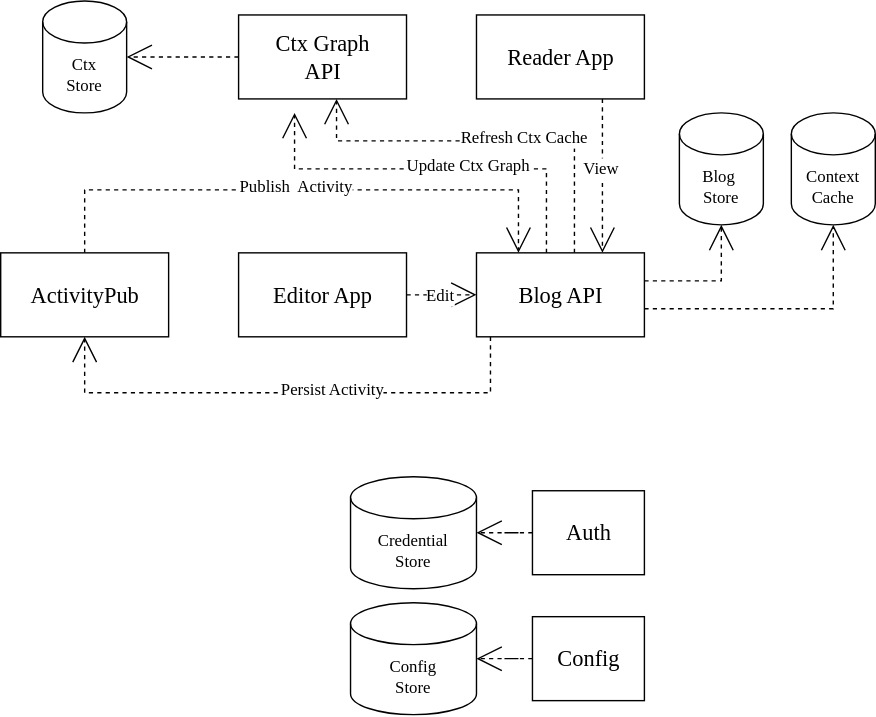
Before: docs/components.drawio.svg, a diagram exported from draw.io (alter-kaker/pepper-docs). Source tidied: cells renumbered, new cells last; positions are measured from the earlier drawing's top-left corner, leaving out a move shared by most shapes.
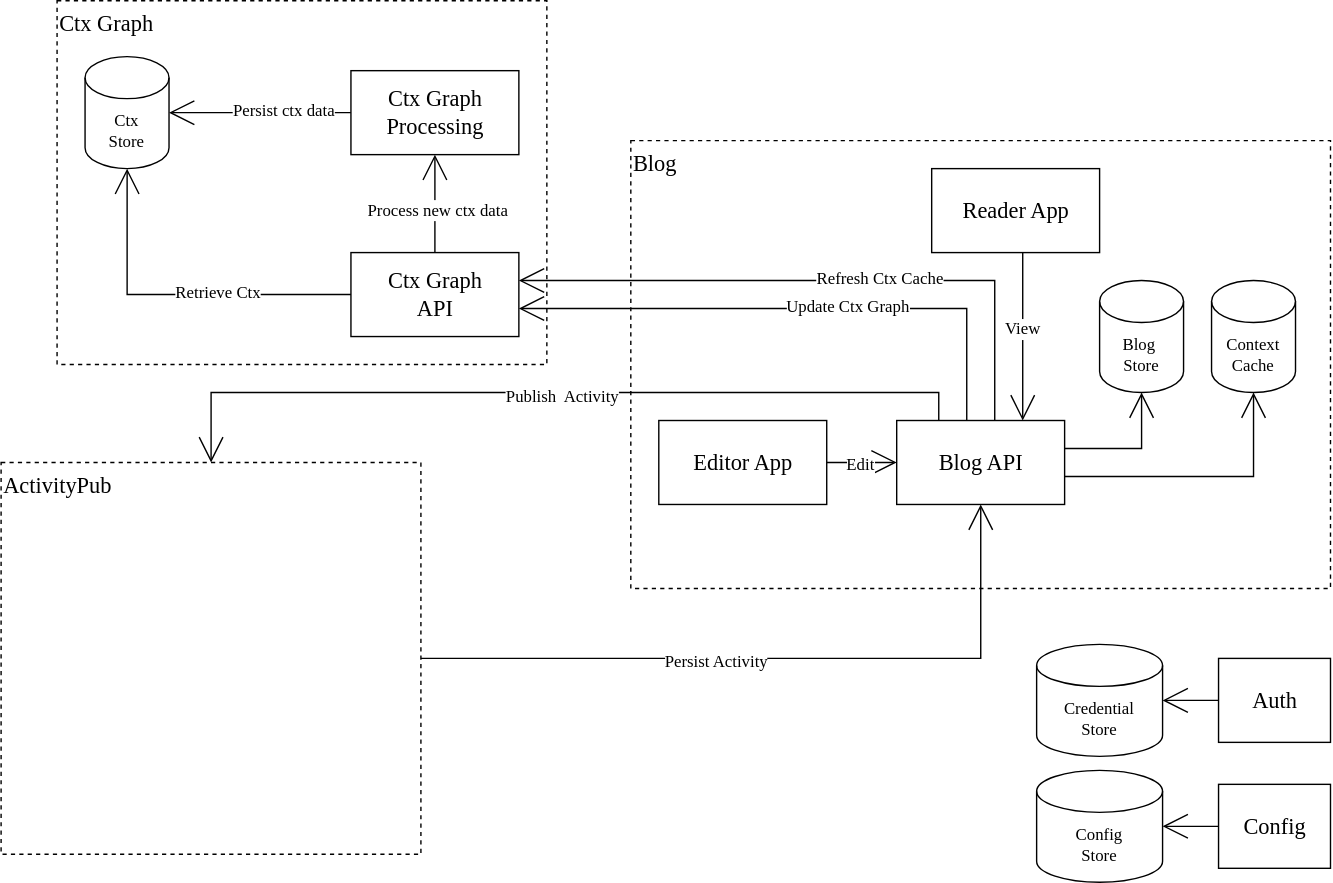
Above is the later version.

Change to the diagram source:
```diff
@@ -2,38 +2,41 @@
   <root>
     <mxCell id="0" />
     <mxCell id="1" parent="0" />
-    <mxCell id="2" style="edgeStyle=orthogonalEdgeStyle;shape=connector;rounded=0;jettySize=auto;html=1;dashed=1;labelBackgroundColor=none;strokeColor=default;align=center;verticalAlign=middle;fontFamily=Verdana;fontSize=12;fontColor=default;startArrow=none;startFill=0;endArrow=open;endFill=0;startSize=8;endSize=16;" parent="1" edge="1" source="5" target="10">
-      <mxGeometry relative="1" as="geometry">
-        <Array as="points">
-          <mxPoint x="60" y="135" />
-          <mxPoint x="370" y="135" />
-        </Array>
-      </mxGeometry>
-    </mxCell>
-    <mxCell id="3" value="Publish&amp;nbsp; Activity" style="edgeLabel;html=1;align=center;verticalAlign=middle;fontSize=12;fontFamily=Verdana;fontColor=default;" parent="2" vertex="1">
-      <mxGeometry x="-0.02" y="2" relative="1" as="geometry" />
-    </mxCell>
+    <mxCell id="31" value="Ctx Graph" style="shape=object;align=left;spacingLeft=0;rounded=0;shadow=0;comic=0;labelBackgroundColor=none;strokeWidth=1;fontFamily=Verdana;fontSize=16;html=1;fontStyle=0;strokeColor=default;dashed=1;verticalAlign=top;" parent="1" vertex="1">
+      <mxGeometry x="-260" y="-120" width="350" height="260" as="geometry" />
+    </mxCell>
+    <mxCell id="32" value="Blog" style="shape=object;align=left;spacingLeft=0;rounded=0;shadow=0;comic=0;labelBackgroundColor=none;strokeWidth=1;fontFamily=Verdana;fontSize=16;html=1;fontStyle=0;strokeColor=default;dashed=1;verticalAlign=top;" parent="1" vertex="1">
+      <mxGeometry x="150" y="-20" width="500" height="320" as="geometry" />
+    </mxCell>
+    <mxCell id="33" style="edgeStyle=none;shape=connector;rounded=0;jettySize=auto;html=1;labelBackgroundColor=none;strokeColor=default;align=center;verticalAlign=middle;fontFamily=Verdana;fontSize=12;fontColor=default;startArrow=none;startFill=0;endArrow=open;endFill=0;startSize=8;endSize=16;" parent="1" edge="1" source="4" target="39">
+      <mxGeometry relative="1" as="geometry" />
+    </mxCell>
+    <mxCell id="34" value="Process new ctx data" style="edgeLabel;html=1;align=center;verticalAlign=middle;fontSize=12;fontFamily=Verdana;fontColor=default;" parent="33" vertex="1">
+      <mxGeometry x="-0.12" y="-1" relative="1" as="geometry" />
+    </mxCell>
     <mxCell id="4" value="&lt;div&gt;Ctx Graph&lt;/div&gt;&lt;div&gt;API&lt;br&gt;&lt;/div&gt;" style="shape=object;align=center;spacingLeft=0;rounded=0;shadow=0;comic=0;labelBackgroundColor=none;strokeWidth=1;fontFamily=Verdana;fontSize=16;html=1;fontStyle=0;" parent="1" vertex="1">
-      <mxGeometry x="170" y="10" width="120" height="60" as="geometry" />
+      <mxGeometry x="-50" y="60" width="120" height="60" as="geometry" />
     </mxCell>
-    <mxCell id="5" value="ActivityPub" style="shape=object;align=center;spacingLeft=0;rounded=0;shadow=0;comic=0;labelBackgroundColor=none;strokeWidth=1;fontFamily=Verdana;fontSize=16;html=1;fontStyle=0;" parent="1" vertex="1">
-      <mxGeometry y="180" width="120" height="60" as="geometry" />
+    <mxCell id="5" value="ActivityPub" style="shape=object;align=left;spacingLeft=0;rounded=0;shadow=0;comic=0;labelBackgroundColor=none;strokeWidth=1;fontFamily=Verdana;fontSize=16;html=1;fontStyle=0;strokeColor=default;dashed=1;verticalAlign=top;" parent="1" vertex="1">
+      <mxGeometry x="-300" y="210" width="300" height="280" as="geometry" />
     </mxCell>
-    <mxCell id="6" style="edgeStyle=orthogonalEdgeStyle;rounded=0;html=1;dashed=1;labelBackgroundColor=none;startArrow=none;startFill=0;startSize=8;endArrow=open;endFill=0;endSize=16;fontFamily=Verdana;fontSize=12;" parent="1" edge="1" source="10" target="4">
+    <mxCell id="6" style="edgeStyle=orthogonalEdgeStyle;rounded=0;html=1;labelBackgroundColor=none;startArrow=none;startFill=0;startSize=8;endArrow=open;endFill=0;endSize=16;fontFamily=Verdana;fontSize=12;" parent="1" edge="1" source="10" target="4">
       <mxGeometry relative="1" as="geometry">
         <Array as="points">
-          <mxPoint x="410" y="100" />
-          <mxPoint x="240" y="100" />
+          <mxPoint x="410" y="80" />
         </Array>
       </mxGeometry>
     </mxCell>
     <mxCell id="7" value="Refresh Ctx Cache" style="edgeLabel;html=1;align=center;verticalAlign=middle;fontSize=12;fontFamily=Verdana;fontColor=default;" parent="6" vertex="1">
       <mxGeometry x="-0.17" y="-2" relative="1" as="geometry" />
     </mxCell>
-    <mxCell id="8" style="edgeStyle=orthogonalEdgeStyle;rounded=0;html=1;dashed=1;labelBackgroundColor=none;startArrow=none;startFill=0;startSize=8;endArrow=open;endFill=0;endSize=16;fontFamily=Verdana;fontSize=12;" parent="1" edge="1" source="4" target="20">
+    <mxCell id="8" style="edgeStyle=orthogonalEdgeStyle;rounded=0;html=1;labelBackgroundColor=none;startArrow=none;startFill=0;startSize=8;endArrow=open;endFill=0;endSize=16;fontFamily=Verdana;fontSize=12;" parent="1" edge="1" source="39" target="20">
       <mxGeometry relative="1" as="geometry" />
     </mxCell>
+    <mxCell id="35" value="Persist ctx data" style="edgeLabel;html=1;align=center;verticalAlign=middle;fontSize=12;fontFamily=Verdana;fontColor=default;" parent="8" vertex="1">
+      <mxGeometry x="-0.26" y="-2" relative="1" as="geometry" />
+    </mxCell>
-    <mxCell id="9" style="edgeStyle=orthogonalEdgeStyle;shape=connector;rounded=0;jettySize=auto;html=1;dashed=1;labelBackgroundColor=none;strokeColor=default;align=center;verticalAlign=middle;fontFamily=Verdana;fontSize=12;fontColor=default;startArrow=none;startFill=0;endArrow=open;endFill=0;startSize=8;endSize=16;" parent="1" edge="1" source="10" target="19">
+    <mxCell id="9" style="edgeStyle=orthogonalEdgeStyle;shape=connector;rounded=0;jettySize=auto;html=1;labelBackgroundColor=none;strokeColor=default;align=center;verticalAlign=middle;fontFamily=Verdana;fontSize=12;fontColor=default;startArrow=none;startFill=0;endArrow=open;endFill=0;startSize=8;endSize=16;" parent="1" edge="1" source="10" target="19">
       <mxGeometry relative="1" as="geometry">
         <Array as="points">
           <mxPoint x="595" y="220" />
@@ -43,23 +46,20 @@
     <mxCell id="10" value="&lt;div style=&quot;font-size: 16px;&quot;&gt;Blog API&lt;br&gt;&lt;/div&gt;" style="shape=object;align=center;spacingLeft=0;rounded=0;shadow=0;comic=0;labelBackgroundColor=none;strokeWidth=1;fontFamily=Verdana;fontSize=16;html=1;fontStyle=0;" parent="1" vertex="1">
       <mxGeometry x="340" y="180" width="120" height="60" as="geometry" />
     </mxCell>
-    <mxCell id="11" style="edgeStyle=orthogonalEdgeStyle;rounded=0;html=1;dashed=1;labelBackgroundColor=none;startArrow=none;startFill=0;startSize=8;endArrow=open;endFill=0;endSize=16;fontFamily=Verdana;fontSize=12;" parent="1" edge="1" source="10">
+    <mxCell id="11" style="edgeStyle=orthogonalEdgeStyle;rounded=0;html=1;labelBackgroundColor=none;startArrow=none;startFill=0;startSize=8;endArrow=open;endFill=0;endSize=16;fontFamily=Verdana;fontSize=12;" parent="1" edge="1" source="10" target="4">
       <mxGeometry relative="1" as="geometry">
-        <mxPoint x="210" y="80" as="targetPoint" />
         <Array as="points">
-          <mxPoint x="390" y="120" />
-          <mxPoint x="210" y="120" />
+          <mxPoint x="390" y="100" />
         </Array>
       </mxGeometry>
     </mxCell>
     <mxCell id="12" value="Update Ctx Graph" style="edgeLabel;html=1;align=center;verticalAlign=middle;fontSize=12;fontFamily=Verdana;fontColor=default;" parent="11" vertex="1">
       <mxGeometry x="-0.17" y="-2" relative="1" as="geometry" />
     </mxCell>
-    <mxCell id="13" style="edgeStyle=orthogonalEdgeStyle;rounded=0;html=1;dashed=1;labelBackgroundColor=none;startArrow=none;startFill=0;startSize=8;endArrow=open;endFill=0;endSize=16;fontFamily=Verdana;fontSize=12;" parent="1" edge="1" source="10" target="5">
+    <mxCell id="13" style="edgeStyle=orthogonalEdgeStyle;rounded=0;html=1;labelBackgroundColor=none;startArrow=none;startFill=0;startSize=8;endArrow=open;endFill=0;endSize=16;fontFamily=Verdana;fontSize=12;" parent="1" edge="1" source="5" target="10">
       <mxGeometry relative="1" as="geometry">
         <Array as="points">
-          <mxPoint x="350" y="280" />
-          <mxPoint x="60" y="280" />
+          <mxPoint x="400" y="350" />
         </Array>
       </mxGeometry>
     </mxCell>
@@ -67,24 +67,34 @@
       <mxGeometry x="-0.17" y="-2" relative="1" as="geometry" />
     </mxCell>
     <mxCell id="15" value="Auth" style="shape=object;align=center;spacingLeft=0;rounded=0;shadow=0;comic=0;labelBackgroundColor=none;strokeWidth=1;fontFamily=Verdana;fontSize=16;html=1;fontStyle=0;" parent="1" vertex="1">
-      <mxGeometry x="380" y="350" width="80" height="60" as="geometry" />
+      <mxGeometry x="570" y="350" width="80" height="60" as="geometry" />
     </mxCell>
     <mxCell id="16" value="&lt;div&gt;Credential&lt;/div&gt;&lt;div&gt;Store&lt;br&gt;&lt;/div&gt;" style="shape=cylinder3;whiteSpace=wrap;html=1;boundedLbl=1;backgroundOutline=1;size=15;fontFamily=Verdana;fontSize=12;fontColor=default;" parent="1" vertex="1">
-      <mxGeometry x="250" y="340" width="90" height="80" as="geometry" />
+      <mxGeometry x="440" y="340" width="90" height="80" as="geometry" />
     </mxCell>
     <mxCell id="17" value="&lt;div&gt;Blog&amp;nbsp;&lt;/div&gt;&lt;div&gt;Store&lt;/div&gt;" style="shape=cylinder3;whiteSpace=wrap;html=1;boundedLbl=1;backgroundOutline=1;size=15;fontFamily=Verdana;fontSize=12;fontColor=default;" parent="1" vertex="1">
       <mxGeometry x="485" y="80" width="60" height="80" as="geometry" />
     </mxCell>
-    <mxCell id="18" style="edgeStyle=orthogonalEdgeStyle;shape=connector;rounded=0;jettySize=auto;html=1;dashed=1;labelBackgroundColor=none;strokeColor=default;align=center;verticalAlign=middle;fontFamily=Verdana;fontSize=12;fontColor=default;startArrow=none;startFill=0;endArrow=open;endFill=0;startSize=8;endSize=16;" parent="1" edge="1" source="15" target="16">
+    <mxCell id="18" style="edgeStyle=orthogonalEdgeStyle;shape=connector;rounded=0;jettySize=auto;html=1;labelBackgroundColor=none;strokeColor=default;align=center;verticalAlign=middle;fontFamily=Verdana;fontSize=12;fontColor=default;startArrow=none;startFill=0;endArrow=open;endFill=0;startSize=8;endSize=16;" parent="1" edge="1" source="15" target="16">
       <mxGeometry relative="1" as="geometry" />
     </mxCell>
     <mxCell id="19" value="Context Cache" style="shape=cylinder3;whiteSpace=wrap;html=1;boundedLbl=1;backgroundOutline=1;size=15;fontFamily=Verdana;fontSize=12;fontColor=default;" parent="1" vertex="1">
       <mxGeometry x="565" y="80" width="60" height="80" as="geometry" />
     </mxCell>
+    <mxCell id="36" style="edgeStyle=orthogonalEdgeStyle;shape=connector;rounded=0;jettySize=auto;html=1;labelBackgroundColor=none;strokeColor=default;align=center;verticalAlign=middle;fontFamily=Verdana;fontSize=12;fontColor=default;startArrow=none;startFill=0;endArrow=open;endFill=0;startSize=8;endSize=16;" parent="1" edge="1" source="4" target="20">
+      <mxGeometry relative="1" as="geometry">
+        <Array as="points">
+          <mxPoint x="-210" y="90" />
+        </Array>
+      </mxGeometry>
+    </mxCell>
+    <mxCell id="37" value="Retrieve Ctx" style="edgeLabel;html=1;align=center;verticalAlign=middle;fontSize=12;fontFamily=Verdana;fontColor=default;" parent="36" vertex="1">
+      <mxGeometry x="-0.24" y="-2" relative="1" as="geometry" />
+    </mxCell>
     <mxCell id="20" value="&lt;div&gt;Ctx&lt;/div&gt;&lt;div&gt;Store&lt;/div&gt;" style="shape=cylinder3;whiteSpace=wrap;html=1;boundedLbl=1;backgroundOutline=1;size=15;fontFamily=Verdana;fontSize=12;fontColor=default;" parent="1" vertex="1">
-      <mxGeometry x="30" width="60" height="80" as="geometry" />
+      <mxGeometry x="-240" y="-80" width="60" height="80" as="geometry" />
     </mxCell>
-    <mxCell id="21" style="edgeStyle=none;shape=connector;rounded=0;jettySize=auto;html=1;dashed=1;labelBackgroundColor=none;strokeColor=default;align=center;verticalAlign=middle;fontFamily=Verdana;fontSize=12;fontColor=default;startArrow=none;startFill=0;endArrow=open;endFill=0;startSize=8;endSize=16;" parent="1" edge="1" source="23" target="10">
+    <mxCell id="21" style="edgeStyle=none;shape=connector;rounded=0;jettySize=auto;html=1;labelBackgroundColor=none;strokeColor=default;align=center;verticalAlign=middle;fontFamily=Verdana;fontSize=12;fontColor=default;startArrow=none;startFill=0;endArrow=open;endFill=0;startSize=8;endSize=16;" parent="1" edge="1" source="23" target="10">
       <mxGeometry relative="1" as="geometry" />
     </mxCell>
     <mxCell id="22" value="Edit" style="edgeLabel;html=1;align=center;verticalAlign=middle;fontSize=12;fontFamily=Verdana;fontColor=default;" parent="21" vertex="1">
@@ -93,7 +103,7 @@
     <mxCell id="23" value="Editor App" style="shape=object;align=center;spacingLeft=0;rounded=0;shadow=0;comic=0;labelBackgroundColor=none;strokeWidth=1;fontFamily=Verdana;fontSize=16;html=1;fontStyle=0;" parent="1" vertex="1">
       <mxGeometry x="170" y="180" width="120" height="60" as="geometry" />
     </mxCell>
-    <mxCell id="24" style="edgeStyle=orthogonalEdgeStyle;shape=connector;rounded=0;jettySize=auto;html=1;dashed=1;labelBackgroundColor=none;strokeColor=default;align=center;verticalAlign=middle;fontFamily=Verdana;fontSize=12;fontColor=default;startArrow=none;startFill=0;endArrow=open;endFill=0;startSize=8;endSize=16;" parent="1" edge="1" source="10" target="17">
+    <mxCell id="24" style="edgeStyle=orthogonalEdgeStyle;shape=connector;rounded=0;jettySize=auto;html=1;labelBackgroundColor=none;strokeColor=default;align=center;verticalAlign=middle;fontFamily=Verdana;fontSize=12;fontColor=default;startArrow=none;startFill=0;endArrow=open;endFill=0;startSize=8;endSize=16;" parent="1" edge="1" source="10" target="17">
       <mxGeometry relative="1" as="geometry">
         <Array as="points">
           <mxPoint x="515" y="200" />
@@ -101,18 +111,18 @@
       </mxGeometry>
     </mxCell>
     <mxCell id="25" value="Config" style="shape=object;align=center;spacingLeft=0;rounded=0;shadow=0;comic=0;labelBackgroundColor=none;strokeWidth=1;fontFamily=Verdana;fontSize=16;html=1;fontStyle=0;" parent="1" vertex="1">
-      <mxGeometry x="380" y="440" width="80" height="60" as="geometry" />
+      <mxGeometry x="570" y="440" width="80" height="60" as="geometry" />
     </mxCell>
     <mxCell id="26" value="&lt;div&gt;Config&lt;/div&gt;&lt;div&gt;Store&lt;br&gt;&lt;/div&gt;" style="shape=cylinder3;whiteSpace=wrap;html=1;boundedLbl=1;backgroundOutline=1;size=15;fontFamily=Verdana;fontSize=12;fontColor=default;" parent="1" vertex="1">
-      <mxGeometry x="250" y="430" width="90" height="80" as="geometry" />
+      <mxGeometry x="440" y="430" width="90" height="80" as="geometry" />
     </mxCell>
-    <mxCell id="27" style="edgeStyle=orthogonalEdgeStyle;shape=connector;rounded=0;jettySize=auto;html=1;dashed=1;labelBackgroundColor=none;strokeColor=default;align=center;verticalAlign=middle;fontFamily=Verdana;fontSize=12;fontColor=default;startArrow=none;startFill=0;endArrow=open;endFill=0;startSize=8;endSize=16;" parent="1" edge="1" source="25" target="26">
+    <mxCell id="27" style="edgeStyle=orthogonalEdgeStyle;shape=connector;rounded=0;jettySize=auto;html=1;labelBackgroundColor=none;strokeColor=default;align=center;verticalAlign=middle;fontFamily=Verdana;fontSize=12;fontColor=default;startArrow=none;startFill=0;endArrow=open;endFill=0;startSize=8;endSize=16;" parent="1" edge="1" source="25" target="26">
       <mxGeometry relative="1" as="geometry" />
     </mxCell>
     <mxCell id="28" value="Reader App" style="shape=object;align=center;spacingLeft=0;rounded=0;shadow=0;comic=0;labelBackgroundColor=none;strokeWidth=1;fontFamily=Verdana;fontSize=16;html=1;fontStyle=0;" parent="1" vertex="1">
-      <mxGeometry x="340" y="10" width="120" height="60" as="geometry" />
+      <mxGeometry x="365" width="120" height="60" as="geometry" />
     </mxCell>
-    <mxCell id="29" style="edgeStyle=orthogonalEdgeStyle;shape=connector;rounded=0;jettySize=auto;html=1;dashed=1;labelBackgroundColor=none;strokeColor=default;align=center;verticalAlign=middle;fontFamily=Verdana;fontSize=12;fontColor=default;startArrow=none;startFill=0;endArrow=open;endFill=0;startSize=8;endSize=16;" parent="1" edge="1" source="28" target="10">
+    <mxCell id="29" style="edgeStyle=orthogonalEdgeStyle;shape=connector;rounded=0;jettySize=auto;html=1;labelBackgroundColor=none;strokeColor=default;align=center;verticalAlign=middle;fontFamily=Verdana;fontSize=12;fontColor=default;startArrow=none;startFill=0;endArrow=open;endFill=0;startSize=8;endSize=16;" parent="1" edge="1" source="28" target="10">
       <mxGeometry relative="1" as="geometry">
         <Array as="points">
           <mxPoint x="430" y="140" />
@@ -123,5 +133,19 @@
     <mxCell id="30" value="View" style="edgeLabel;html=1;align=center;verticalAlign=middle;fontSize=12;fontFamily=Verdana;fontColor=default;" parent="29" vertex="1">
       <mxGeometry x="-0.09" y="-1" relative="1" as="geometry" />
     </mxCell>
+    <mxCell id="38" style="edgeStyle=orthogonalEdgeStyle;shape=connector;rounded=0;jettySize=auto;html=1;labelBackgroundColor=none;strokeColor=default;align=center;verticalAlign=middle;fontFamily=Verdana;fontSize=12;fontColor=default;startArrow=none;startFill=0;endArrow=open;endFill=0;startSize=8;endSize=16;" parent="1" edge="1" source="10" target="5">
+      <mxGeometry relative="1" as="geometry">
+        <Array as="points">
+          <mxPoint x="370" y="160" />
+          <mxPoint x="-150" y="160" />
+        </Array>
+      </mxGeometry>
+    </mxCell>
+    <mxCell id="3" value="Publish&amp;nbsp; Activity" style="edgeLabel;html=1;align=center;verticalAlign=middle;fontSize=12;fontFamily=Verdana;fontColor=default;" parent="38" vertex="1">
+      <mxGeometry x="-0.02" y="2" relative="1" as="geometry" />
+    </mxCell>
+    <mxCell id="39" value="&lt;div&gt;Ctx Graph&lt;/div&gt;&lt;div&gt;Processing&lt;br&gt;&lt;/div&gt;" style="shape=object;align=center;spacingLeft=0;rounded=0;shadow=0;comic=0;labelBackgroundColor=none;strokeWidth=1;fontFamily=Verdana;fontSize=16;html=1;fontStyle=0;" parent="1" vertex="1">
+      <mxGeometry x="-50" y="-70" width="120" height="60" as="geometry" />
+    </mxCell>
   </root>
 </mxGraphModel>
```
